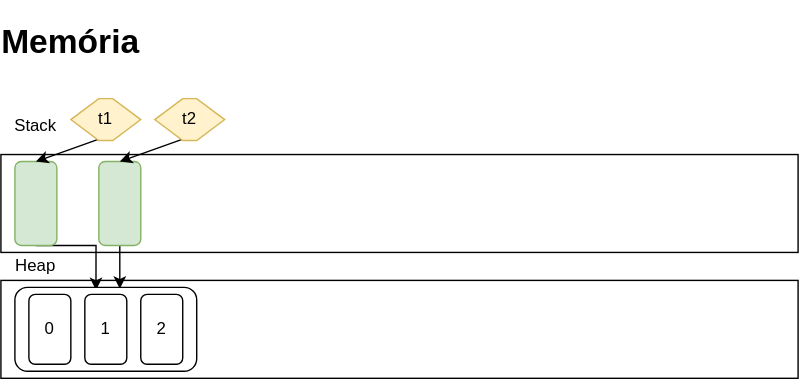
Before: Programozás Alapjai/class/referencia3.svg, a diagram exported from draw.io (annab97/istvan_szakkor_2019). Source tidied: cells renumbered, new cells last; positions are measured from the earlier drawing's top-left corner, leaving out a move shared by most shapes.
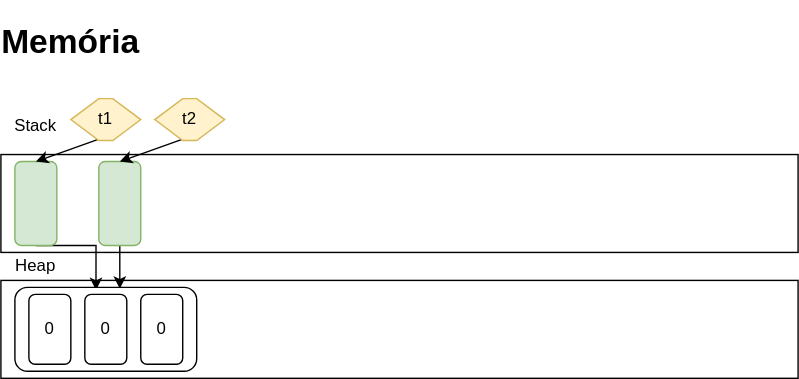
After the commit.

What changed in the source:
```diff
@@ -54,10 +54,10 @@
     <mxCell id="17" value="0" style="rounded=1;whiteSpace=wrap;html=1;" parent="1" vertex="1">
       <mxGeometry x="20" y="190" width="30" height="50" as="geometry" />
     </mxCell>
-    <mxCell id="18" value="1" style="rounded=1;whiteSpace=wrap;html=1;" parent="1" vertex="1">
+    <mxCell id="18" value="0" style="rounded=1;whiteSpace=wrap;html=1;" parent="1" vertex="1">
       <mxGeometry x="60" y="190" width="30" height="50" as="geometry" />
     </mxCell>
-    <mxCell id="19" value="2" style="rounded=1;whiteSpace=wrap;html=1;" parent="1" vertex="1">
+    <mxCell id="19" value="0" style="rounded=1;whiteSpace=wrap;html=1;" parent="1" vertex="1">
       <mxGeometry x="100" y="190" width="30" height="50" as="geometry" />
     </mxCell>
   </root>
```
